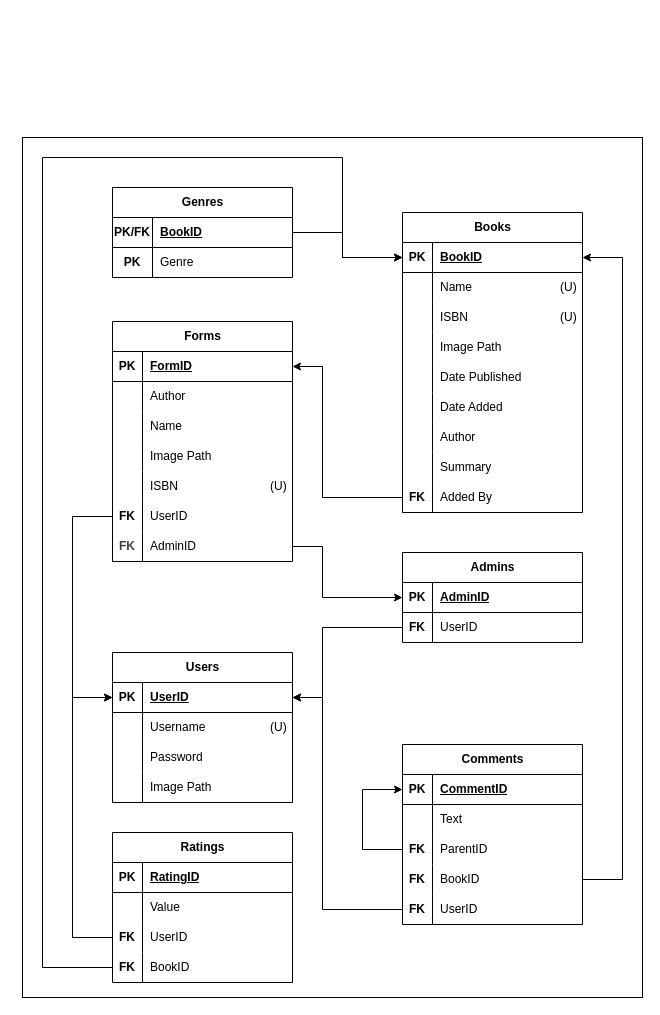
Before: BDB_RM.drawio in theinsurgentarchive/BDB, a draw.io diagram. Source tidied: cells renumbered, new cells numbered last; positions are measured from the earlier drawing's top-left corner, leaving out a move shared by most shapes. Both pictures are drawn from the tidied source at 100%, with x=0, y=0 at pixel (22, 137).
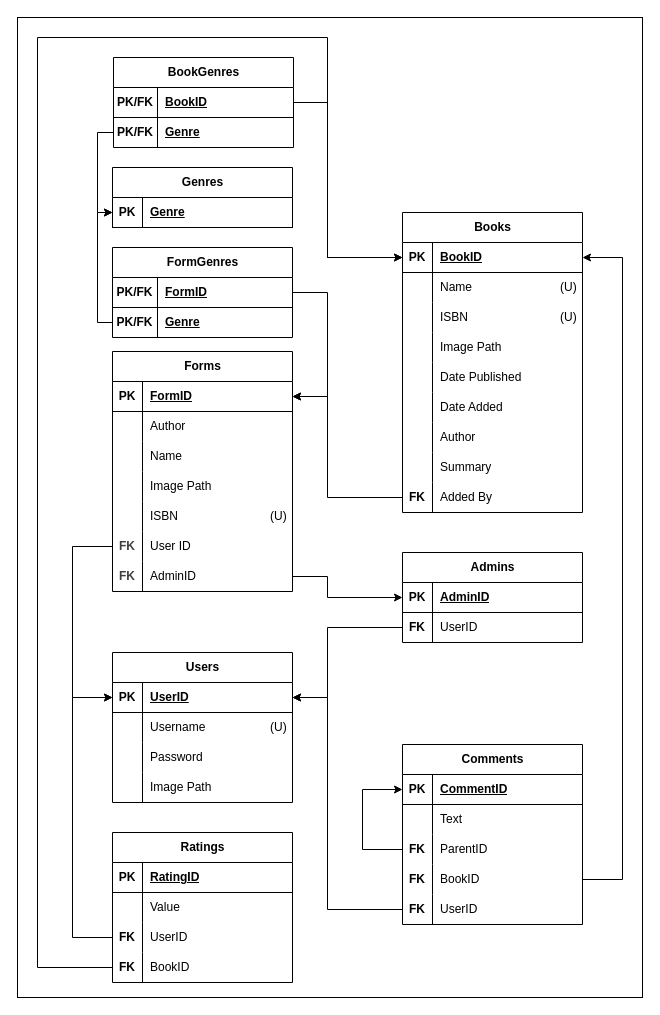
Above is the later version.

Commit message (it also covers changes not shown here):
added formGenres, bookGenres, and changed genres in BDB_Create_SQL.sql & BDB_RM.drawio

Unchanged cells that the change refers to:
```xml
<mxCell id="4" style="shape=tableRow;horizontal=0;startSize=0;swimlaneHead=0;swimlaneBody=0;fillColor=none;points=[[0,0.5],[1,0.5]];portConstraint=eastwest;top=0;left=0;right=0;bottom=1;" parent="3" vertex="1">
  <mxGeometry y="30" width="180" height="30" as="geometry" />
</mxCell>
<mxCell id="19" style="shape=tableRow;horizontal=0;startSize=0;swimlaneHead=0;swimlaneBody=0;fillColor=none;points=[[0,0.5],[1,0.5]];portConstraint=eastwest;top=0;left=0;right=0;bottom=1;" parent="18" vertex="1">
  <mxGeometry y="30" width="180" height="30" as="geometry" />
</mxCell>
<mxCell id="22" style="shape=tableRow;horizontal=0;startSize=0;swimlaneHead=0;swimlaneBody=0;fillColor=none;points=[[0,0.5],[1,0.5]];portConstraint=eastwest;top=0;left=0;right=0;bottom=0;" parent="18" vertex="1">
  <mxGeometry y="60" width="180" height="30" as="geometry" />
</mxCell>
<mxCell id="26" style="shape=tableRow;horizontal=0;startSize=0;swimlaneHead=0;swimlaneBody=0;fillColor=none;points=[[0,0.5],[1,0.5]];portConstraint=eastwest;top=0;left=0;right=0;bottom=1;" parent="25" vertex="1">
  <mxGeometry y="30" width="180" height="30" as="geometry" />
</mxCell>
<mxCell id="58" style="shape=tableRow;horizontal=0;startSize=0;swimlaneHead=0;swimlaneBody=0;fillColor=none;points=[[0,0.5],[1,0.5]];portConstraint=eastwest;top=0;left=0;right=0;bottom=0;" parent="48" vertex="1">
  <mxGeometry y="120" width="180" height="30" as="geometry" />
</mxCell>
<mxCell id="74" style="shape=tableRow;horizontal=0;startSize=0;swimlaneHead=0;swimlaneBody=0;fillColor=none;points=[[0,0.5],[1,0.5]];portConstraint=eastwest;top=0;left=0;right=0;bottom=0;" parent="61" vertex="1">
  <mxGeometry y="150" width="180" height="30" as="geometry" />
</mxCell>
<mxCell id="81" style="shape=tableRow;horizontal=0;startSize=0;swimlaneHead=0;swimlaneBody=0;fillColor=none;points=[[0,0.5],[1,0.5]];portConstraint=eastwest;top=0;left=0;right=0;bottom=1;" parent="80" vertex="1">
  <mxGeometry y="30" width="180" height="30" as="geometry" />
</mxCell>
<mxCell id="105" style="shape=tableRow;horizontal=0;startSize=0;swimlaneHead=0;swimlaneBody=0;fillColor=none;points=[[0,0.5],[1,0.5]];portConstraint=eastwest;top=0;left=0;right=0;bottom=0;" parent="80" vertex="1">
  <mxGeometry y="270" width="180" height="30" as="geometry" />
</mxCell>
<mxCell id="113" style="shape=tableRow;horizontal=0;startSize=0;swimlaneHead=0;swimlaneBody=0;fillColor=none;points=[[0,0.5],[1,0.5]];portConstraint=eastwest;top=0;left=0;right=0;bottom=1;" parent="112" vertex="1">
  <mxGeometry y="30" width="180" height="30" as="geometry" />
</mxCell>
```

What changed in the source:
```diff
@@
     <mxCell id="2" style="rounded=0;whiteSpace=wrap;html=1;" parent="1" vertex="1">
-      <mxGeometry width="620" height="860" as="geometry" />
+      <mxGeometry x="-5" y="-120" width="625" height="980" as="geometry" />
     </mxCell>
@@
     <mxCell id="16" style="edgeStyle=none;html=1;entryX=1;entryY=0.5;entryDx=0;entryDy=0;exitX=0;exitY=0.5;exitDx=0;exitDy=0;rounded=0;curved=0;" parent="1" edge="1" source="22" target="4">
       <mxGeometry relative="1" as="geometry">
         <Array as="points">
-          <mxPoint x="300" y="490" />
-          <mxPoint x="300" y="560" />
+          <mxPoint x="305" y="490" />
+          <mxPoint x="305" y="560" />
         </Array>
       </mxGeometry>
     </mxCell>
@@
     <mxCell id="25" value="Forms" style="shape=table;startSize=30;childLayout=tableLayout;rowLines=0;fontStyle=1;align=center;html=1;" parent="1" vertex="1">
-      <mxGeometry x="90" y="184" width="180" height="240" as="geometry" />
+      <mxGeometry x="90" y="214" width="180" height="240" as="geometry" />
     </mxCell>
@@
-    <mxCell id="41" style="shape=tableRow;horizontal=0;startSize=0;swimlaneHead=0;swimlaneBody=0;fillColor=none;points=[[0,0.5],[1,0.5]];portConstraint=eastwest;top=0;left=0;right=0;bottom=0;" parent="25" vertex="1">
-      <mxGeometry y="180" width="180" height="30" as="geometry" />
-    </mxCell>
-    <mxCell id="42" value="&lt;b&gt;FK&lt;/b&gt;" style="shape=partialRectangle;fillColor=none;top=0;left=0;bottom=0;right=0;overflow=hidden;whiteSpace=wrap;html=1;" parent="41" vertex="1">
-      <mxGeometry width="30" height="30" as="geometry" />
-    </mxCell>
-    <mxCell id="43" value="UserID" style="shape=partialRectangle;fillColor=none;top=0;left=0;bottom=0;right=0;align=left;spacingLeft=6;overflow=hidden;whiteSpace=wrap;html=1;" parent="41" vertex="1">
-      <mxGeometry x="30" width="150" height="30" as="geometry" />
-    </mxCell>
     <mxCell id="44" style="shape=tableRow;horizontal=0;startSize=0;swimlaneHead=0;swimlaneBody=0;fillColor=none;points=[[0,0.5],[1,0.5]];portConstraint=eastwest;top=0;left=0;right=0;bottom=0;" parent="25" vertex="1">
-      <mxGeometry y="210" width="180" height="30" as="geometry" />
+      <mxGeometry y="180" width="180" height="30" as="geometry" />
     </mxCell>
@@
-    <mxCell id="46" value="&lt;span style=&quot;color: rgb(0, 0, 0);&quot;&gt;AdminID&lt;/span&gt;" style="shape=partialRectangle;fillColor=none;top=0;left=0;bottom=0;right=0;align=left;spacingLeft=6;overflow=hidden;whiteSpace=wrap;html=1;" parent="44" vertex="1">
+    <mxCell id="46" value="&lt;span style=&quot;color: rgb(0, 0, 0);&quot;&gt;User ID&lt;/span&gt;" style="shape=partialRectangle;fillColor=none;top=0;left=0;bottom=0;right=0;align=left;spacingLeft=6;overflow=hidden;whiteSpace=wrap;html=1;" parent="44" vertex="1">
       <mxGeometry x="30" width="150" height="30" as="geometry" />
     </mxCell>
+    <mxCell id="119" style="shape=tableRow;horizontal=0;startSize=0;swimlaneHead=0;swimlaneBody=0;fillColor=none;points=[[0,0.5],[1,0.5]];portConstraint=eastwest;top=0;left=0;right=0;bottom=0;" parent="25" vertex="1">
+      <mxGeometry y="210" width="180" height="30" as="geometry" />
+    </mxCell>
+    <mxCell id="42" value="&lt;b style=&quot;color: rgb(63, 63, 63); scrollbar-color: rgb(226, 226, 226) rgb(251, 251, 251);&quot;&gt;FK&lt;/b&gt;" style="shape=partialRectangle;fillColor=none;top=0;left=0;bottom=0;right=0;overflow=hidden;whiteSpace=wrap;html=1;" parent="119" vertex="1">
+      <mxGeometry width="30" height="30" as="geometry" />
+    </mxCell>
+    <mxCell id="120" value="&lt;span style=&quot;color: rgb(0, 0, 0);&quot;&gt;AdminID&lt;/span&gt;" style="shape=partialRectangle;fillColor=none;top=0;left=0;bottom=0;right=0;align=left;spacingLeft=6;overflow=hidden;whiteSpace=wrap;html=1;" parent="119" vertex="1">
+      <mxGeometry x="30" width="150" height="30" as="geometry" />
+    </mxCell>
-    <mxCell id="47" style="edgeStyle=none;html=1;entryX=0;entryY=0.5;entryDx=0;entryDy=0;exitX=0;exitY=0.5;exitDx=0;exitDy=0;rounded=0;curved=0;" parent="1" edge="1" source="41" target="4">
+    <mxCell id="47" style="edgeStyle=none;html=1;entryX=0;entryY=0.5;entryDx=0;entryDy=0;exitX=0;exitY=0.5;exitDx=0;exitDy=0;rounded=0;curved=0;" parent="1" edge="1" source="44" target="4">
       <mxGeometry relative="1" as="geometry">
         <Array as="points">
-          <mxPoint x="50" y="379" />
+          <mxPoint x="50" y="409" />
           <mxPoint x="50" y="560" />
         </Array>
       </mxGeometry>
     </mxCell>
@@
-    <mxCell id="77" style="edgeStyle=none;html=1;entryX=0;entryY=0.5;entryDx=0;entryDy=0;exitX=1;exitY=0.5;exitDx=0;exitDy=0;rounded=0;curved=0;" parent="1" edge="1" source="44" target="19">
+    <mxCell id="77" style="edgeStyle=none;html=1;entryX=0;entryY=0.5;entryDx=0;entryDy=0;exitX=1;exitY=0.5;exitDx=0;exitDy=0;rounded=0;curved=0;" parent="1" edge="1" source="119" target="19">
       <mxGeometry relative="1" as="geometry">
         <Array as="points">
-          <mxPoint x="300" y="409" />
-          <mxPoint x="300" y="460" />
+          <mxPoint x="305" y="439" />
+          <mxPoint x="305" y="460" />
         </Array>
       </mxGeometry>
     </mxCell>
@@
     <mxCell id="79" style="edgeStyle=none;html=1;entryX=1;entryY=0.5;entryDx=0;entryDy=0;exitX=0;exitY=0.5;exitDx=0;exitDy=0;rounded=0;curved=0;" parent="1" edge="1" source="74" target="4">
       <mxGeometry relative="1" as="geometry">
         <Array as="points">
-          <mxPoint x="300" y="772" />
-          <mxPoint x="300" y="560" />
+          <mxPoint x="305" y="772" />
+          <mxPoint x="305" y="560" />
         </Array>
       </mxGeometry>
     </mxCell>
@@
     <mxCell id="108" style="edgeStyle=none;html=1;entryX=0;entryY=0.5;entryDx=0;entryDy=0;exitX=0;exitY=0.5;exitDx=0;exitDy=0;rounded=0;curved=0;" parent="1" edge="1" source="58" target="81">
       <mxGeometry relative="1" as="geometry">
         <Array as="points">
-          <mxPoint x="20" y="830" />
-          <mxPoint x="20" y="20" />
-          <mxPoint x="320" y="20" />
-          <mxPoint x="320" y="120" />
+          <mxPoint x="15" y="830" />
+          <mxPoint x="15" y="-100" />
+          <mxPoint x="305" y="-100" />
+          <mxPoint x="305" y="120" />
         </Array>
       </mxGeometry>
     </mxCell>
@@
     <mxCell id="110" style="edgeStyle=none;html=1;entryX=1;entryY=0.5;entryDx=0;entryDy=0;exitX=0;exitY=0.5;exitDx=0;exitDy=0;rounded=0;curved=0;" parent="1" edge="1" source="105" target="26">
       <mxGeometry relative="1" as="geometry">
         <Array as="points">
-          <mxPoint x="300" y="360" />
-          <mxPoint x="300" y="229" />
+          <mxPoint x="305" y="360" />
+          <mxPoint x="305" y="259" />
         </Array>
       </mxGeometry>
     </mxCell>
-    <mxCell id="111" style="edgeStyle=none;html=1;exitX=1;exitY=0.5;exitDx=0;exitDy=0;rounded=0;curved=0;" parent="1" edge="1" source="113">
-      <mxGeometry relative="1" as="geometry">
-        <mxPoint x="380" y="120" as="targetPoint" />
-        <Array as="points">
-          <mxPoint x="320" y="95" />
-          <mxPoint x="320" y="120" />
-        </Array>
-      </mxGeometry>
-    </mxCell>
     <mxCell id="112" value="Genres" style="shape=table;startSize=30;childLayout=tableLayout;rowLines=0;fontStyle=1;align=center;html=1;" parent="1" vertex="1">
-      <mxGeometry x="90" y="50" width="180" height="90" as="geometry" />
+      <mxGeometry x="90" y="30" width="180" height="60" as="geometry" />
     </mxCell>
@@
-    <mxCell id="114" value="PK/FK" style="shape=partialRectangle;fillColor=none;top=0;left=0;bottom=0;right=0;fontStyle=1;overflow=hidden;whiteSpace=wrap;html=1;" parent="113" vertex="1">
-      <mxGeometry width="40" height="30" as="geometry" />
+    <mxCell id="114" value="PK" style="shape=partialRectangle;fillColor=none;top=0;left=0;bottom=0;right=0;fontStyle=1;overflow=hidden;whiteSpace=wrap;html=1;" parent="113" vertex="1">
+      <mxGeometry width="30" height="30" as="geometry" />
     </mxCell>
-    <mxCell id="115" value="BookID" style="shape=partialRectangle;fillColor=none;top=0;left=0;bottom=0;right=0;align=left;spacingLeft=6;fontStyle=5;overflow=hidden;whiteSpace=wrap;html=1;" parent="113" vertex="1">
-      <mxGeometry x="40" width="140" height="30" as="geometry" />
+    <mxCell id="115" value="Genre" style="shape=partialRectangle;fillColor=none;top=0;left=0;bottom=0;right=0;align=left;spacingLeft=6;fontStyle=5;overflow=hidden;whiteSpace=wrap;html=1;" parent="113" vertex="1">
+      <mxGeometry x="30" width="150" height="30" as="geometry" />
     </mxCell>
-    <mxCell id="116" style="shape=tableRow;horizontal=0;startSize=0;swimlaneHead=0;swimlaneBody=0;fillColor=none;top=0;left=0;right=0;bottom=0;" parent="112" vertex="1">
-      <mxGeometry y="60" width="180" height="30" as="geometry" />
-    </mxCell>
-    <mxCell id="117" value="PK" style="shape=partialRectangle;fillColor=none;top=0;left=0;bottom=0;right=0;overflow=hidden;whiteSpace=wrap;html=1;fontStyle=1;" parent="116" vertex="1">
-      <mxGeometry width="40" height="30" as="geometry" />
-    </mxCell>
-    <mxCell id="118" value="Genre" style="shape=partialRectangle;fillColor=none;top=0;left=0;bottom=0;right=0;align=left;spacingLeft=6;overflow=hidden;whiteSpace=wrap;html=1;" parent="116" vertex="1">
-      <mxGeometry x="40" width="140" height="30" as="geometry" />
-    </mxCell>
+    <mxCell id="121" value="FormGenres" style="shape=table;startSize=30;childLayout=tableLayout;rowLines=0;fontStyle=1;align=center;html=1;" parent="1" vertex="1">
+      <mxGeometry x="90" y="110" width="180" height="90" as="geometry" />
+    </mxCell>
+    <mxCell id="122" style="shape=tableRow;horizontal=0;startSize=0;swimlaneHead=0;swimlaneBody=0;fillColor=none;points=[[0,0.5],[1,0.5]];portConstraint=eastwest;top=0;left=0;right=0;bottom=1;" parent="121" vertex="1">
+      <mxGeometry y="30" width="180" height="30" as="geometry" />
+    </mxCell>
+    <mxCell id="123" value="PK/FK" style="shape=partialRectangle;fillColor=none;top=0;left=0;bottom=0;right=0;fontStyle=1;overflow=hidden;whiteSpace=wrap;html=1;" parent="122" vertex="1">
+      <mxGeometry width="45" height="30" as="geometry" />
+    </mxCell>
+    <mxCell id="124" value="FormID" style="shape=partialRectangle;fillColor=none;top=0;left=0;bottom=0;right=0;align=left;spacingLeft=6;fontStyle=5;overflow=hidden;whiteSpace=wrap;html=1;" parent="122" vertex="1">
+      <mxGeometry x="45" width="135" height="30" as="geometry" />
+    </mxCell>
+    <mxCell id="125" style="shape=tableRow;horizontal=0;startSize=0;swimlaneHead=0;swimlaneBody=0;fillColor=none;points=[[0,0.5],[1,0.5]];portConstraint=eastwest;top=0;left=0;right=0;bottom=0;" parent="121" vertex="1">
+      <mxGeometry y="60" width="180" height="30" as="geometry" />
+    </mxCell>
+    <mxCell id="126" value="&lt;b&gt;PK/FK&lt;/b&gt;" style="shape=partialRectangle;fillColor=none;top=0;left=0;bottom=0;right=0;overflow=hidden;whiteSpace=wrap;html=1;" parent="125" vertex="1">
+      <mxGeometry width="45" height="30" as="geometry" />
+    </mxCell>
+    <mxCell id="127" value="&lt;b&gt;&lt;u&gt;&lt;font style=&quot;color: rgb(0, 0, 0);&quot;&gt;Genre&lt;/font&gt;&lt;/u&gt;&lt;/b&gt;" style="shape=partialRectangle;fillColor=none;top=0;left=0;bottom=0;right=0;align=left;spacingLeft=6;overflow=hidden;whiteSpace=wrap;html=1;" parent="125" vertex="1">
+      <mxGeometry x="45" width="135" height="30" as="geometry" />
+    </mxCell>
+    <mxCell id="128" value="BookGenres" style="shape=table;startSize=30;childLayout=tableLayout;rowLines=0;fontStyle=1;align=center;html=1;" parent="1" vertex="1">
+      <mxGeometry x="91" y="-80" width="180" height="90" as="geometry" />
+    </mxCell>
+    <mxCell id="129" style="shape=tableRow;horizontal=0;startSize=0;swimlaneHead=0;swimlaneBody=0;fillColor=none;points=[[0,0.5],[1,0.5]];portConstraint=eastwest;top=0;left=0;right=0;bottom=1;" parent="128" vertex="1">
+      <mxGeometry y="30" width="180" height="30" as="geometry" />
+    </mxCell>
+    <mxCell id="130" value="PK/FK" style="shape=partialRectangle;fillColor=none;top=0;left=0;bottom=0;right=0;fontStyle=1;overflow=hidden;whiteSpace=wrap;html=1;" parent="129" vertex="1">
+      <mxGeometry width="44" height="30" as="geometry" />
+    </mxCell>
+    <mxCell id="131" value="BookID" style="shape=partialRectangle;fillColor=none;top=0;left=0;bottom=0;right=0;align=left;spacingLeft=6;fontStyle=5;overflow=hidden;whiteSpace=wrap;html=1;" parent="129" vertex="1">
+      <mxGeometry x="44" width="136" height="30" as="geometry" />
+    </mxCell>
+    <mxCell id="132" style="shape=tableRow;horizontal=0;startSize=0;swimlaneHead=0;swimlaneBody=0;fillColor=none;points=[[0,0.5],[1,0.5]];portConstraint=eastwest;top=0;left=0;right=0;bottom=0;" parent="128" vertex="1">
+      <mxGeometry y="60" width="180" height="30" as="geometry" />
+    </mxCell>
+    <mxCell id="133" value="&lt;b&gt;PK/FK&lt;/b&gt;" style="shape=partialRectangle;fillColor=none;top=0;left=0;bottom=0;right=0;overflow=hidden;whiteSpace=wrap;html=1;" parent="132" vertex="1">
+      <mxGeometry width="44" height="30" as="geometry" />
+    </mxCell>
+    <mxCell id="134" value="&lt;b&gt;&lt;u&gt;&lt;font style=&quot;color: rgb(0, 0, 0);&quot;&gt;Genre&lt;/font&gt;&lt;/u&gt;&lt;/b&gt;" style="shape=partialRectangle;fillColor=none;top=0;left=0;bottom=0;right=0;align=left;spacingLeft=6;overflow=hidden;whiteSpace=wrap;html=1;" parent="132" vertex="1">
+      <mxGeometry x="44" width="136" height="30" as="geometry" />
+    </mxCell>
+    <mxCell id="135" style="edgeStyle=none;html=1;entryX=0;entryY=0.5;entryDx=0;entryDy=0;exitX=0;exitY=0.5;exitDx=0;exitDy=0;rounded=0;curved=0;" parent="1" edge="1" source="132" target="113">
+      <mxGeometry relative="1" as="geometry">
+        <Array as="points">
+          <mxPoint x="75" y="-5" />
+          <mxPoint x="75" y="75" />
+        </Array>
+      </mxGeometry>
+    </mxCell>
+    <mxCell id="136" style="edgeStyle=none;html=1;entryX=0;entryY=0.5;entryDx=0;entryDy=0;exitX=0;exitY=0.5;exitDx=0;exitDy=0;rounded=0;curved=0;" parent="1" edge="1" source="125" target="113">
+      <mxGeometry relative="1" as="geometry">
+        <Array as="points">
+          <mxPoint x="75" y="185" />
+          <mxPoint x="75" y="75" />
+        </Array>
+      </mxGeometry>
+    </mxCell>
+    <mxCell id="137" style="edgeStyle=none;html=1;entryX=0;entryY=0.5;entryDx=0;entryDy=0;exitX=1;exitY=0.5;exitDx=0;exitDy=0;rounded=0;curved=0;" parent="1" edge="1" source="129" target="81">
+      <mxGeometry relative="1" as="geometry">
+        <Array as="points">
+          <mxPoint x="305" y="-35" />
+          <mxPoint x="305" y="120" />
+        </Array>
+      </mxGeometry>
+    </mxCell>
+    <mxCell id="138" style="edgeStyle=none;html=1;entryX=1;entryY=0.5;entryDx=0;entryDy=0;exitX=1;exitY=0.5;exitDx=0;exitDy=0;rounded=0;curved=0;" parent="1" edge="1" source="122" target="26">
+      <mxGeometry relative="1" as="geometry">
+        <Array as="points">
+          <mxPoint x="305" y="155" />
+          <mxPoint x="305" y="259" />
+        </Array>
+      </mxGeometry>
+    </mxCell>
```
